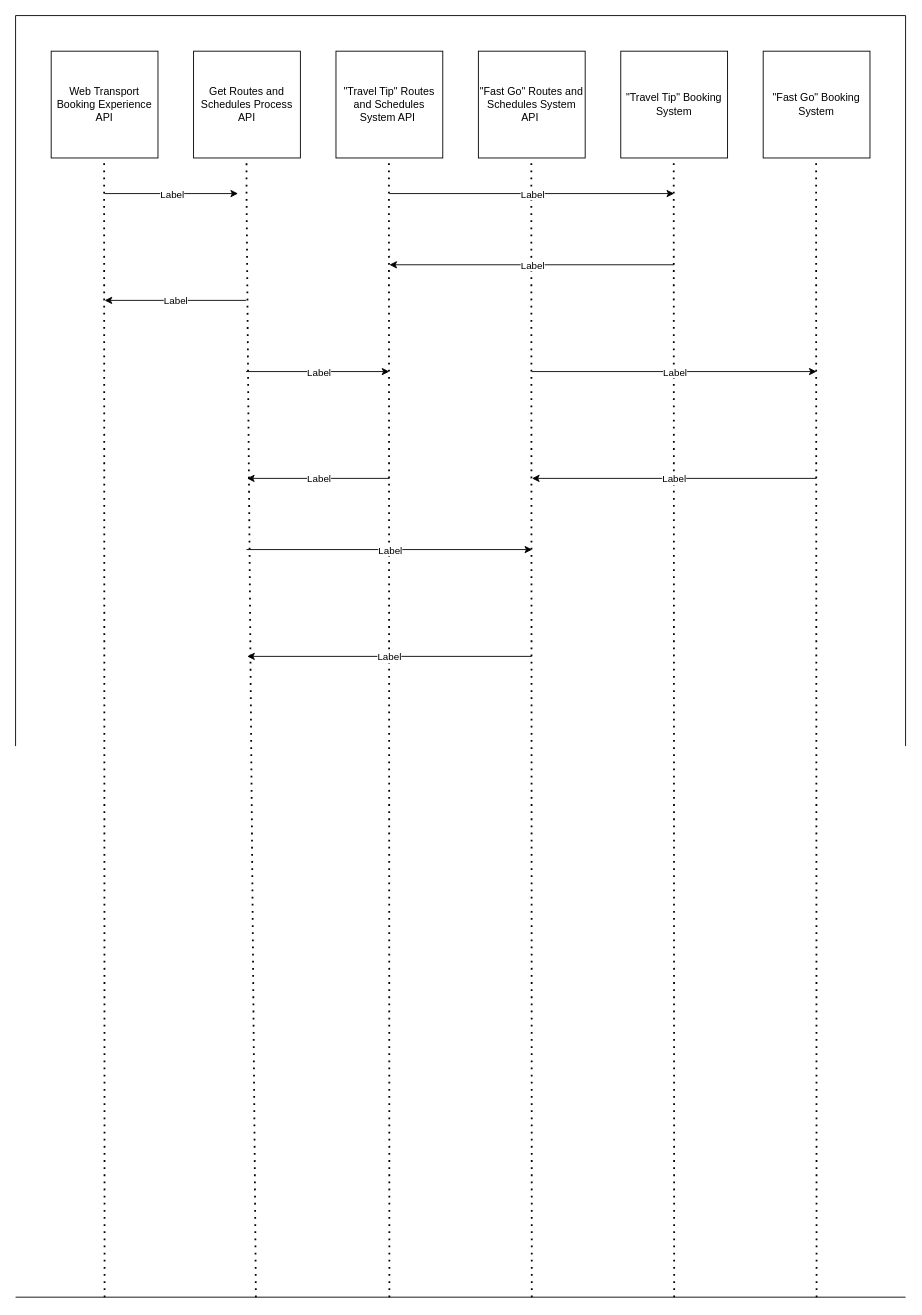
Above: Web App Sequence Diagram.drawio in busugu2018/TripEasy (draw.io), before the change. Source tidied: cells renumbered, new cells numbered last; positions are measured from the earlier drawing's top-left corner, leaving out a move shared by most shapes. Both pictures are drawn from the tidied source at 89%, with x=0, y=0 at pixel (15, 15).
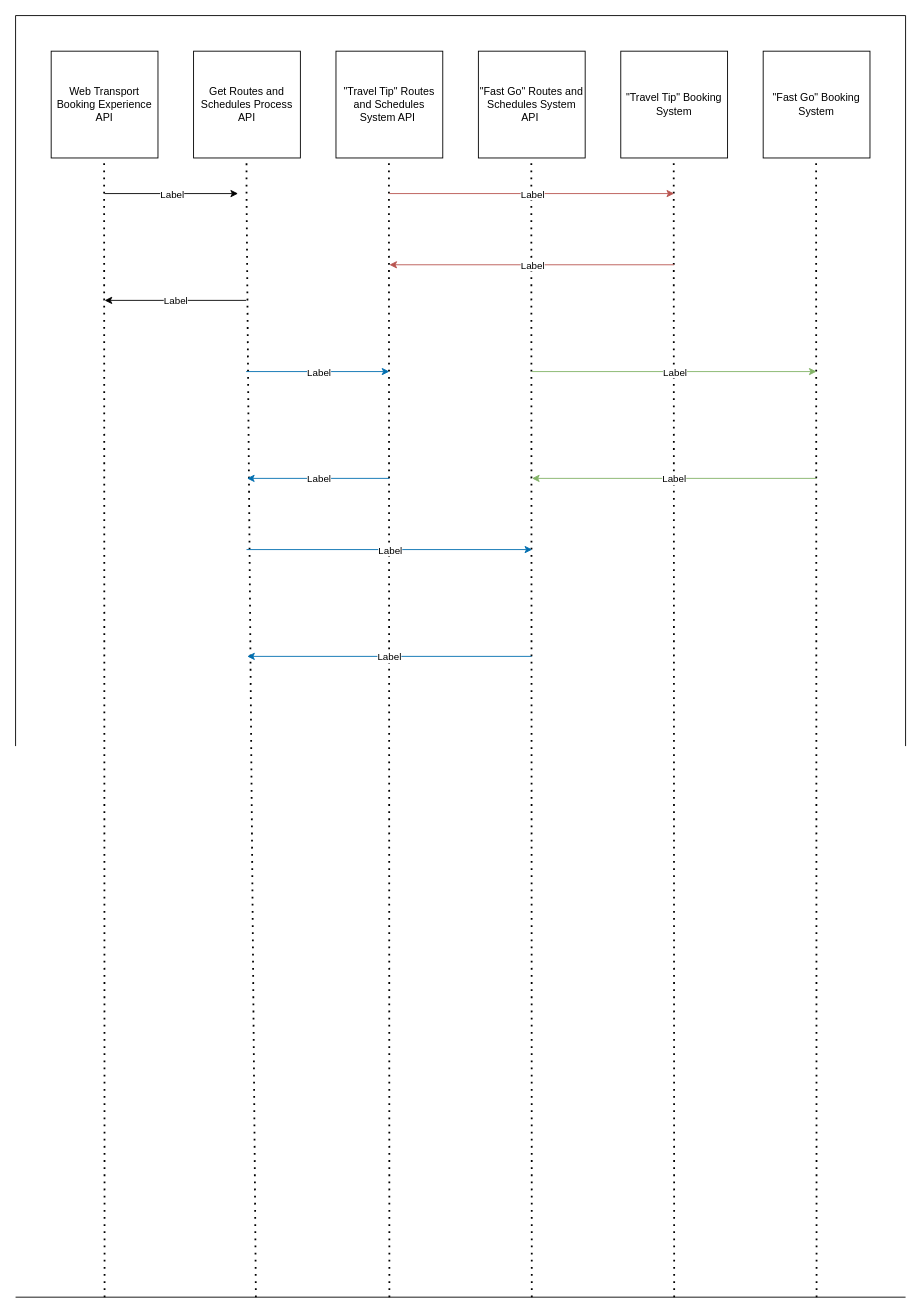
Above is the later version.

Diff of the diagram source:
```diff
@@
-    <mxCell id="20" style="endArrow=classic;html=1;rounded=0;" parent="1" edge="1">
+    <mxCell id="20" style="endArrow=classic;html=1;rounded=0;fillColor=#f8cecc;strokeColor=#b85450;" parent="1" edge="1">
       <mxGeometry relative="1" as="geometry">
         <mxPoint x="740" y="280" as="sourcePoint" />
         <mxPoint x="420" y="280" as="targetPoint" />
       </mxGeometry>
     </mxCell>
@@
-    <mxCell id="22" style="endArrow=classic;html=1;rounded=0;" parent="1" edge="1">
+    <mxCell id="22" style="endArrow=classic;html=1;rounded=0;fillColor=#f8cecc;strokeColor=#b85450;" parent="1" edge="1">
       <mxGeometry relative="1" as="geometry">
         <mxPoint x="420" y="200" as="sourcePoint" />
         <mxPoint x="740" y="200" as="targetPoint" />
       </mxGeometry>
     </mxCell>
@@
-    <mxCell id="24" style="endArrow=classic;html=1;rounded=0;" parent="1" edge="1">
+    <mxCell id="24" style="endArrow=classic;html=1;rounded=0;fillColor=#1ba1e2;strokeColor=#006EAF;" parent="1" edge="1">
       <mxGeometry relative="1" as="geometry">
         <mxPoint x="259.5" y="600" as="sourcePoint" />
         <mxPoint x="580.5" y="600" as="targetPoint" />
       </mxGeometry>
     </mxCell>
@@
-    <mxCell id="26" style="endArrow=classic;html=1;rounded=0;" parent="1" edge="1">
+    <mxCell id="26" style="endArrow=classic;html=1;rounded=0;fillColor=#1ba1e2;strokeColor=#006EAF;" parent="1" edge="1">
       <mxGeometry relative="1" as="geometry">
         <mxPoint x="420" y="520" as="sourcePoint" />
         <mxPoint x="260" y="520" as="targetPoint" />
       </mxGeometry>
     </mxCell>
@@
-    <mxCell id="30" style="endArrow=classic;html=1;rounded=0;" parent="1" edge="1">
+    <mxCell id="30" style="endArrow=classic;html=1;rounded=0;fillColor=#1ba1e2;strokeColor=#006EAF;" parent="1" edge="1">
       <mxGeometry relative="1" as="geometry">
         <mxPoint x="259" y="400" as="sourcePoint" />
         <mxPoint x="420" y="400" as="targetPoint" />
       </mxGeometry>
     </mxCell>
@@
-    <mxCell id="32" style="endArrow=classic;html=1;rounded=0;" parent="1" edge="1">
+    <mxCell id="32" style="endArrow=classic;html=1;rounded=0;fillColor=#1ba1e2;strokeColor=#006EAF;" parent="1" edge="1">
       <mxGeometry relative="1" as="geometry">
         <mxPoint x="579.8" y="720" as="sourcePoint" />
         <mxPoint x="260.2" y="720" as="targetPoint" />
       </mxGeometry>
     </mxCell>
@@
-    <mxCell id="34" style="endArrow=classic;html=1;rounded=0;" parent="1" edge="1">
+    <mxCell id="34" style="endArrow=classic;html=1;rounded=0;fillColor=#d5e8d4;strokeColor=#82b366;" parent="1" edge="1">
       <mxGeometry relative="1" as="geometry">
         <mxPoint x="580" y="400" as="sourcePoint" />
         <mxPoint x="900" y="400" as="targetPoint" />
       </mxGeometry>
     </mxCell>
@@
-    <mxCell id="36" style="endArrow=classic;html=1;rounded=0;" parent="1" edge="1">
+    <mxCell id="36" style="endArrow=classic;html=1;rounded=0;fillColor=#d5e8d4;strokeColor=#82b366;" parent="1" edge="1">
       <mxGeometry relative="1" as="geometry">
         <mxPoint x="899.8" y="520" as="sourcePoint" />
         <mxPoint x="580.2" y="520" as="targetPoint" />
       </mxGeometry>
     </mxCell>
```
